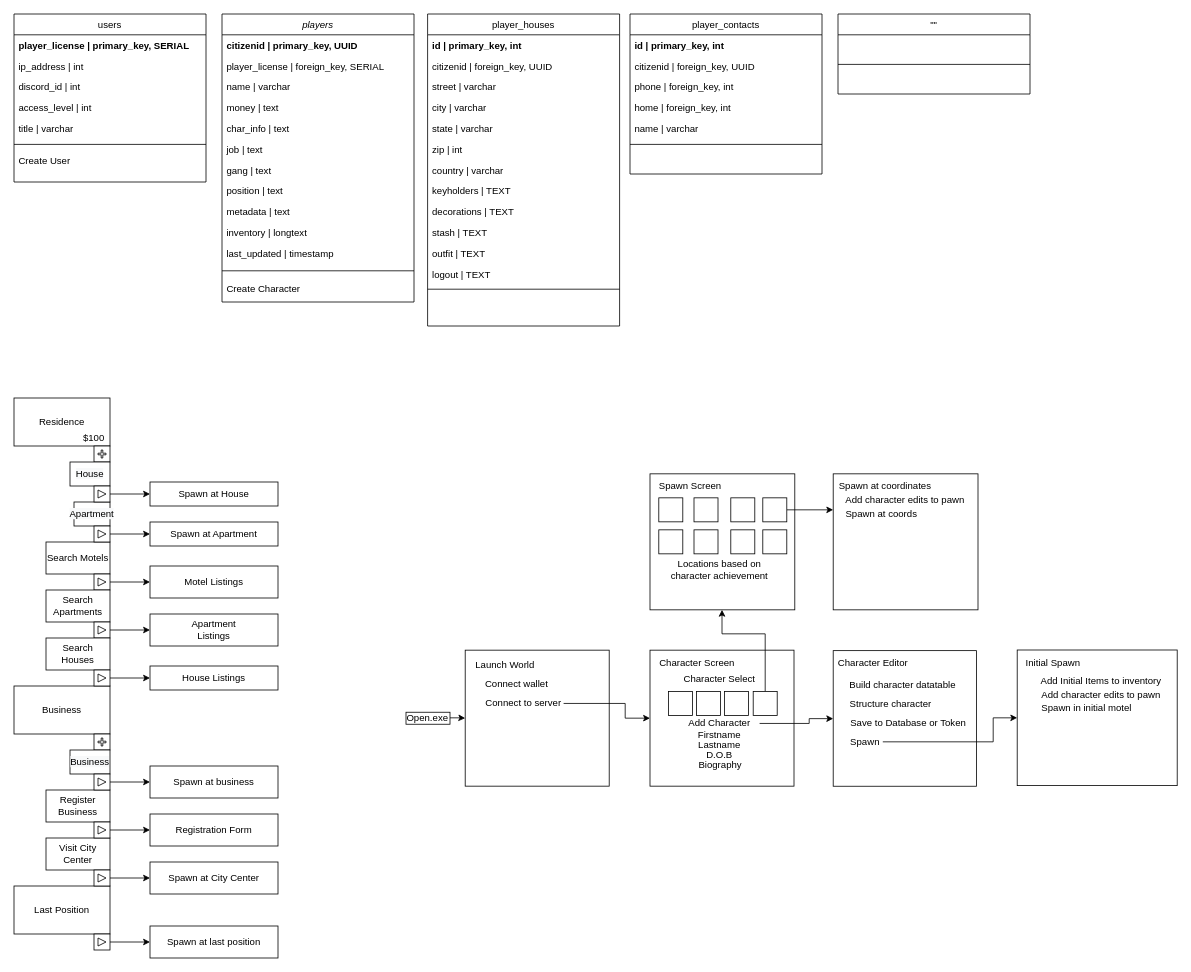
purple-world/player-services keeps this draw.io diagram as system-design.drawio. Above is the earlier version. Source tidied: cells renumbered, new cells numbered last; positions are measured from the earlier drawing's top-left corner, leaving out a move shared by most shapes. Both pictures are drawn from the tidied source at 80%, with x=0, y=0 at pixel (14, 14).
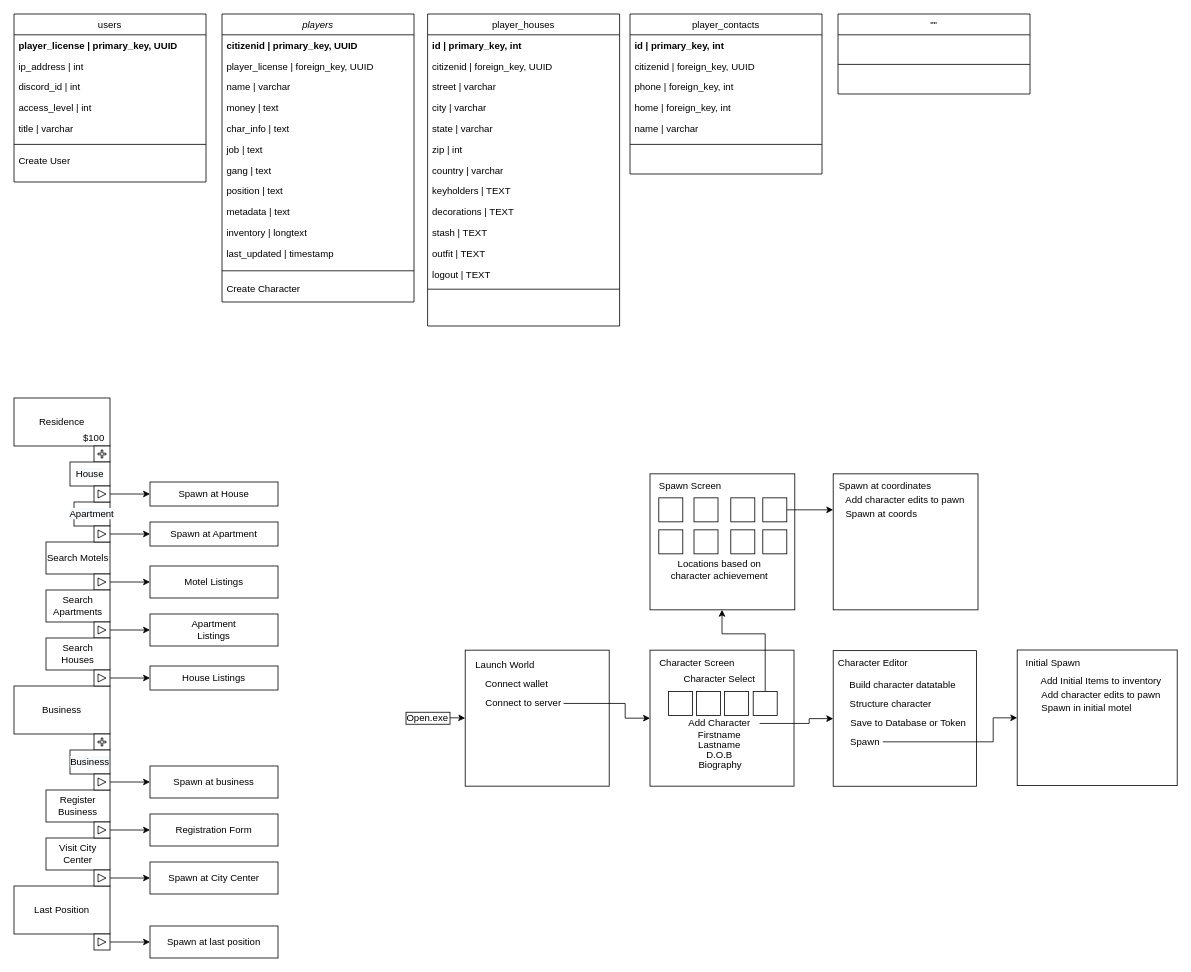
The same diagram, later.

Commit message (it also covers changes not shown here):
move stuff around in program.cs. update system design doc

Unchanged cells that the change refers to:
```xml
<mxCell id="23" value="players" style="swimlane;fontStyle=2;align=center;verticalAlign=top;horizontal=1;startSize=26;rounded=0;shadow=0;strokeWidth=1;" parent="1" vertex="1">
  <mxGeometry x="260" width="240" height="360" as="geometry" />
</mxCell>
<mxCell id="37" value="users" style="swimlane;fontStyle=0;align=center;verticalAlign=top;horizontal=1;startSize=26;rounded=0;shadow=0;strokeWidth=1;" parent="1" vertex="1">
  <mxGeometry width="240" height="210" as="geometry" />
</mxCell>
```

Diff of the diagram source:
```diff
@@
-    <mxCell id="25" value="player_license | foreign_key, SERIAL" style="text;align=left;verticalAlign=top;spacingLeft=4;spacingRight=4;overflow=hidden;fontStyle=0;" parent="23" vertex="1">
+    <mxCell id="25" value="player_license | foreign_key, UUID" style="text;align=left;verticalAlign=top;spacingLeft=4;spacingRight=4;overflow=hidden;fontStyle=0;" parent="23" vertex="1">
       <mxGeometry y="52" width="240" height="26" as="geometry" />
     </mxCell>
@@
-    <mxCell id="38" value="player_license | primary_key, SERIAL" style="text;align=left;verticalAlign=top;spacingLeft=4;spacingRight=4;overflow=hidden;fontStyle=1;" parent="37" vertex="1">
+    <mxCell id="38" value="player_license | primary_key, UUID" style="text;align=left;verticalAlign=top;spacingLeft=4;spacingRight=4;overflow=hidden;fontStyle=1;" parent="37" vertex="1">
       <mxGeometry y="26" width="240" height="26" as="geometry" />
     </mxCell>
```
